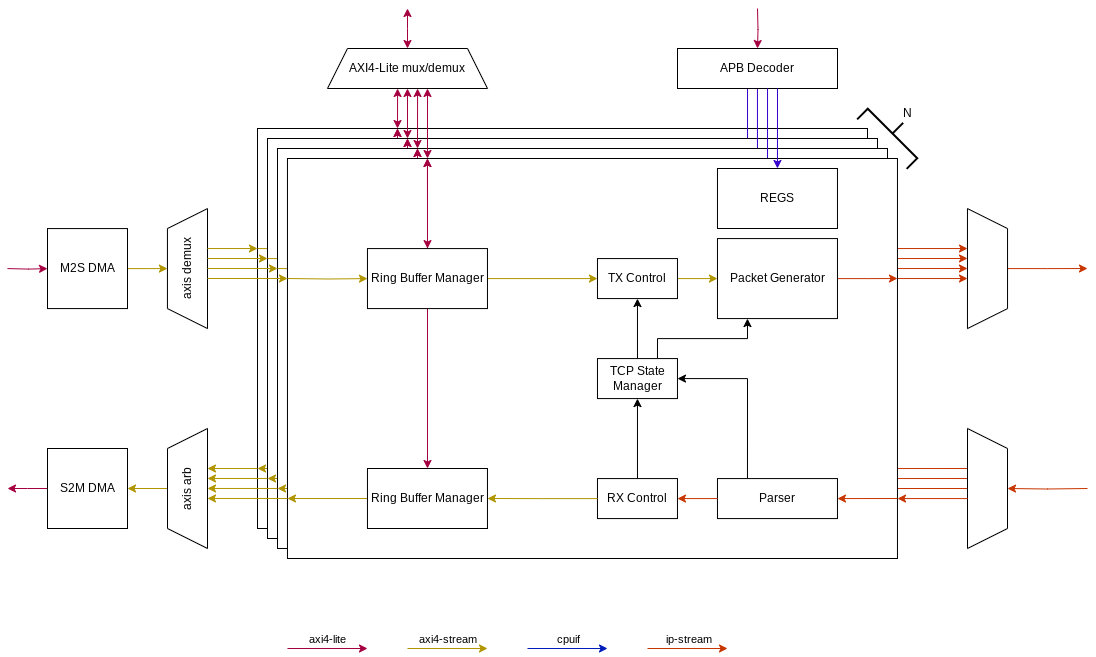
This is hw/super6502_fpga/src/sub/network_processor/doc/tcp.drawio.png from bman12three4/super6502, a draw.io export, as it was before one commit. Source tidied: cells renumbered, new cells last; positions are measured from the earlier drawing's top-left corner, leaving out a move shared by most shapes.
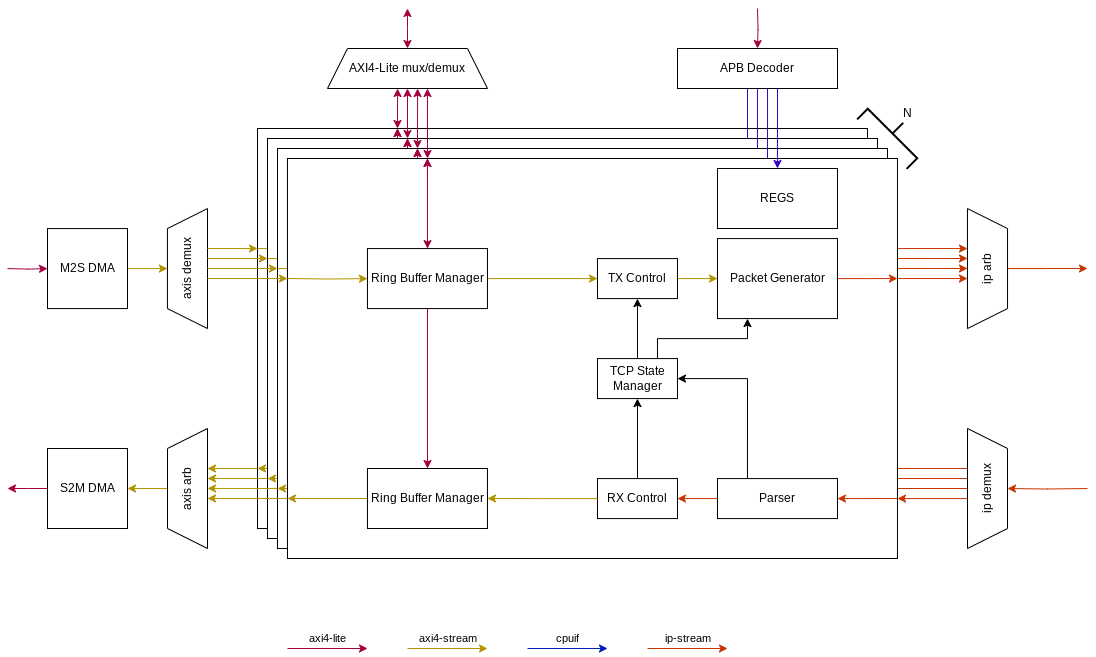
The same file after the commit.

Change to the diagram source:
```diff
@@ -315,10 +315,10 @@
         <mxPoint x="1080" y="260" as="targetPoint" />
       </mxGeometry>
     </mxCell>
-    <mxCell id="84" style="shape=trapezoid;perimeter=trapezoidPerimeter;whiteSpace=wrap;html=1;fixedSize=1;rotation=-90;flipH=1;flipV=1;" parent="1" vertex="1">
+    <mxCell id="84" value="ip arb" style="shape=trapezoid;perimeter=trapezoidPerimeter;whiteSpace=wrap;html=1;fixedSize=1;rotation=-90;flipH=1;flipV=1;" parent="1" vertex="1">
       <mxGeometry x="920" y="240" width="120" height="40.1" as="geometry" />
     </mxCell>
-    <mxCell id="85" style="shape=trapezoid;perimeter=trapezoidPerimeter;whiteSpace=wrap;html=1;fixedSize=1;rotation=-90;flipH=1;flipV=1;" parent="1" vertex="1">
+    <mxCell id="85" value="ip demux" style="shape=trapezoid;perimeter=trapezoidPerimeter;whiteSpace=wrap;html=1;fixedSize=1;rotation=-90;flipH=1;flipV=1;" parent="1" vertex="1">
       <mxGeometry x="920" y="460" width="120" height="40" as="geometry" />
     </mxCell>
     <mxCell id="86" style="endArrow=none;html=1;rounded=0;entryX=0.667;entryY=1;entryDx=0;entryDy=0;entryPerimeter=0;startArrow=classic;startFill=1;endFill=0;fillColor=#fa6800;strokeColor=#C73500;exitX=0.333;exitY=0.999;exitDx=0;exitDy=0;exitPerimeter=0;" parent="1" edge="1" source="84">
```
